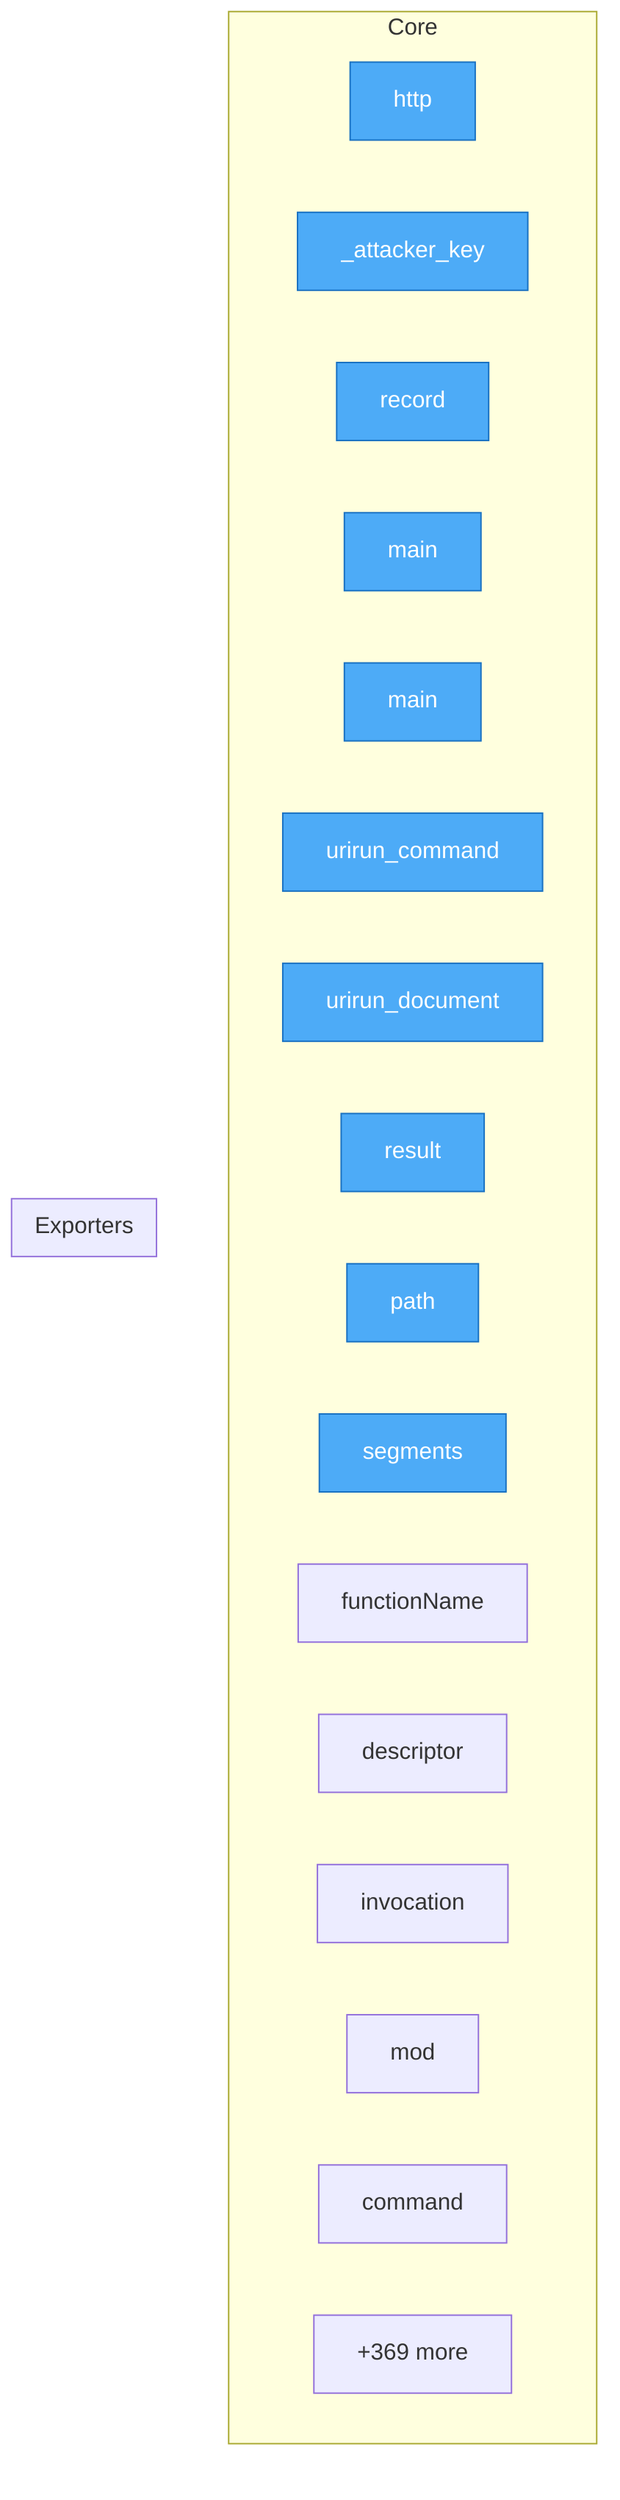
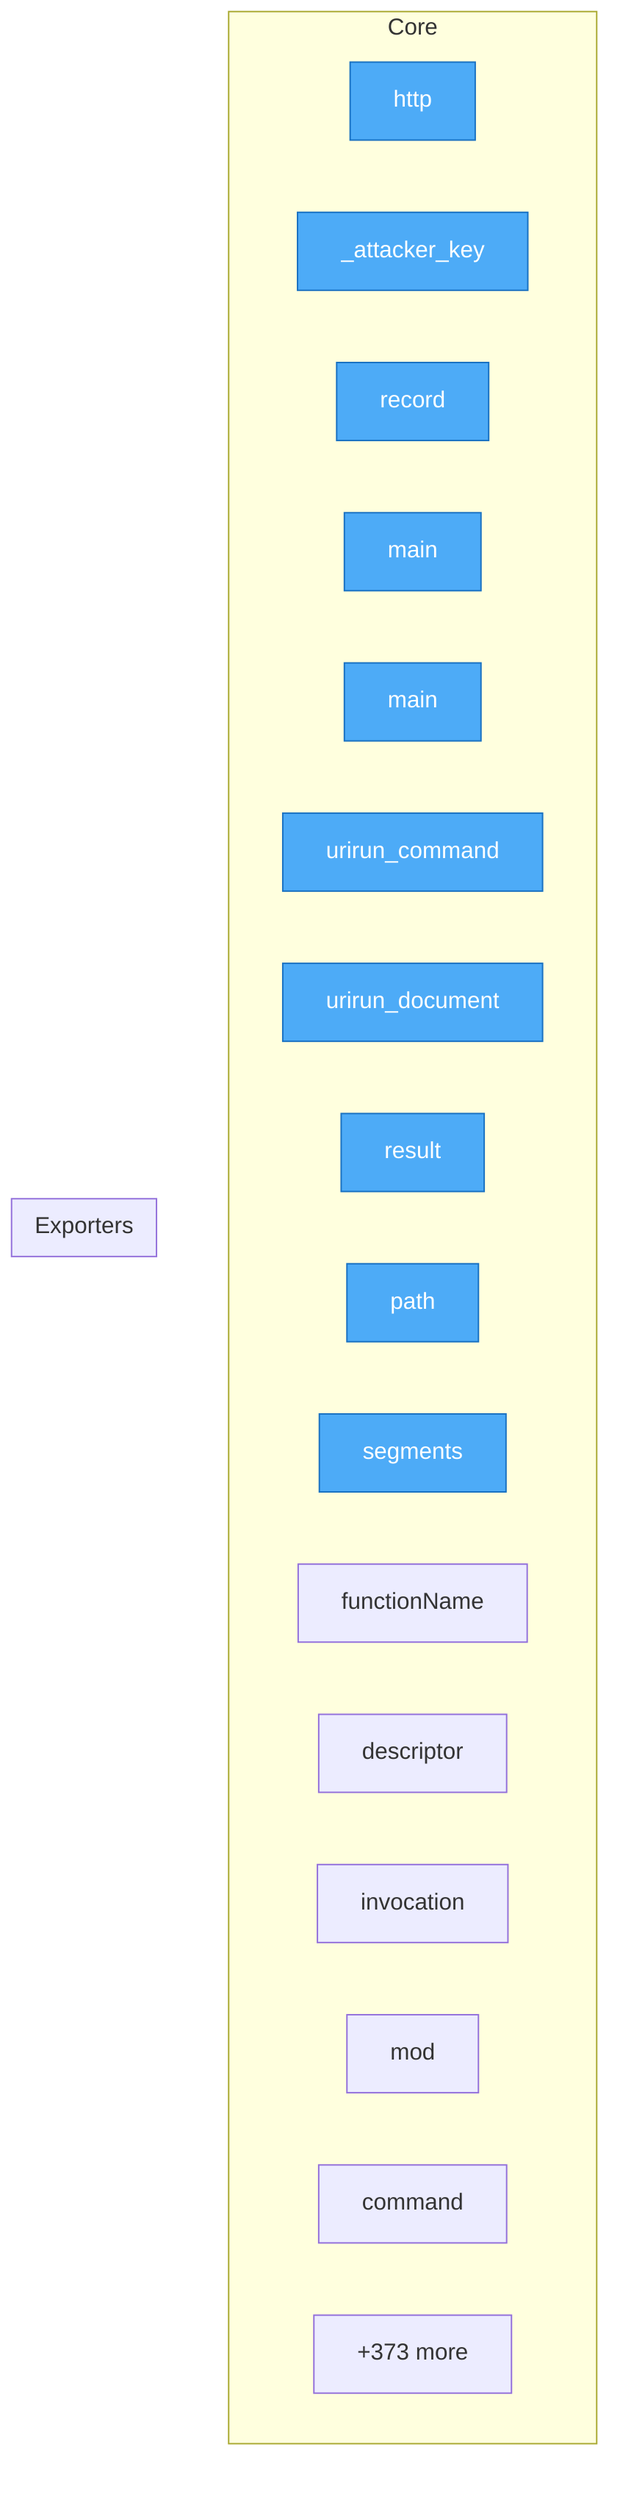
flowchart TD
- %% generated in 0.02s
+ %% generated in 0.03s

    %% Entry points (blue)
    classDef entry fill:#4dabf7,stroke:#1971c2,color:#fff

    subgraph Core
        security__mesh_probe__probe__http["http"]
        security__mesh_probe__probe___attacker_key["_attacker_key"]
        security__mesh_probe__probe__record["record"]
        adapters__conformance__main["main"]
        adapters__new_connector__main["main"]
        adapters__bash__urirun__urirun_command["urirun_command"]
        adapters__bash__urirun__urirun_document["urirun_document"]
        adapters__js__index__test__result["result"]
        adapters__js__path["path"]
        adapters__js__segments["segments"]
        adapters__js__functionName["functionName"]
        adapters__js__descriptor["descriptor"]
        adapters__js__invocation["invocation"]
        adapters__js__mod["mod"]
        adapters__java__Urirun__Urirun__command["command"]
-         ...["+369 more"]
+         ...["+373 more"]
    end

    subgraph Exporters
    end

    class security__mesh_probe__probe__http,security__mesh_probe__probe___attacker_key,security__mesh_probe__probe__record,adapters__conformance__main,adapters__new_connector__main,adapters__bash__urirun__urirun_command,adapters__bash__urirun__urirun_document,adapters__js__index__test__result,adapters__js__path,adapters__js__segments entry
